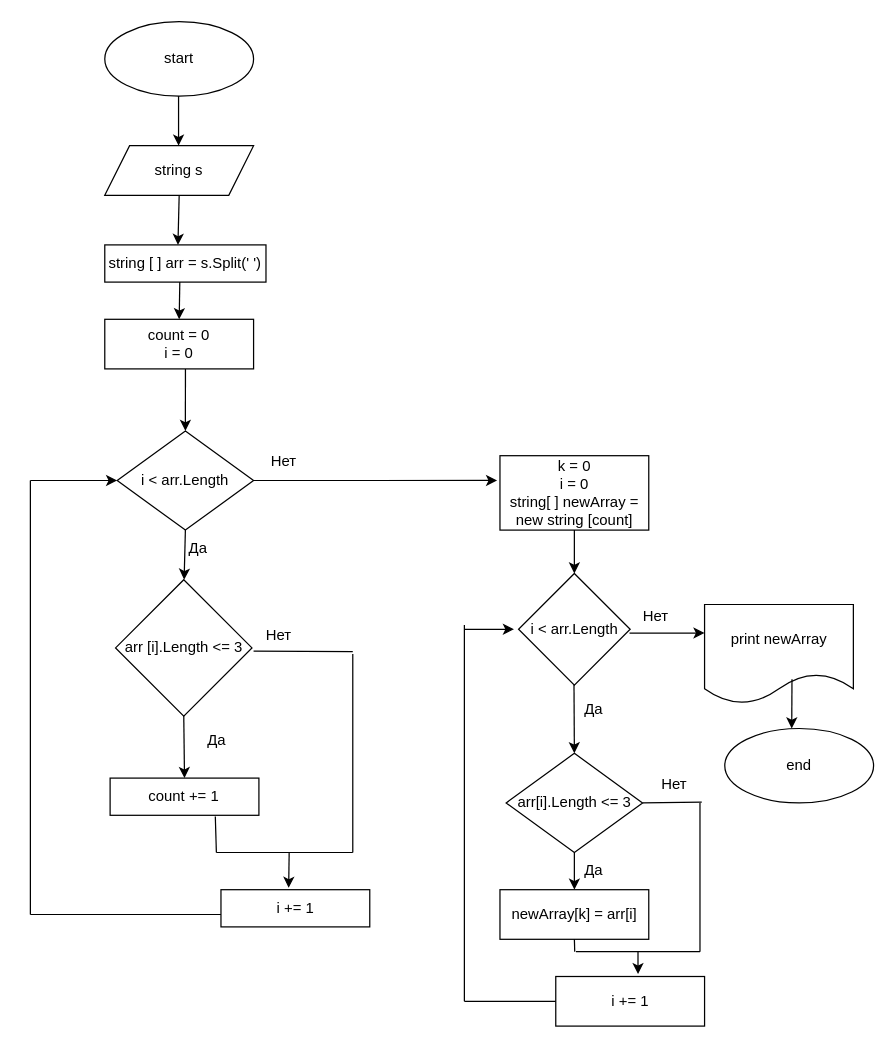
TatianaSenatorova/ControlWork keeps this draw.io diagram as Scheme.drawio. Above is the earlier version. Source tidied: cells renumbered, new cells numbered last; positions are measured from the earlier drawing's top-left corner, leaving out a move shared by most shapes. Both pictures are drawn from the tidied source at 124%, with x=0, y=0 at pixel (30, 21).
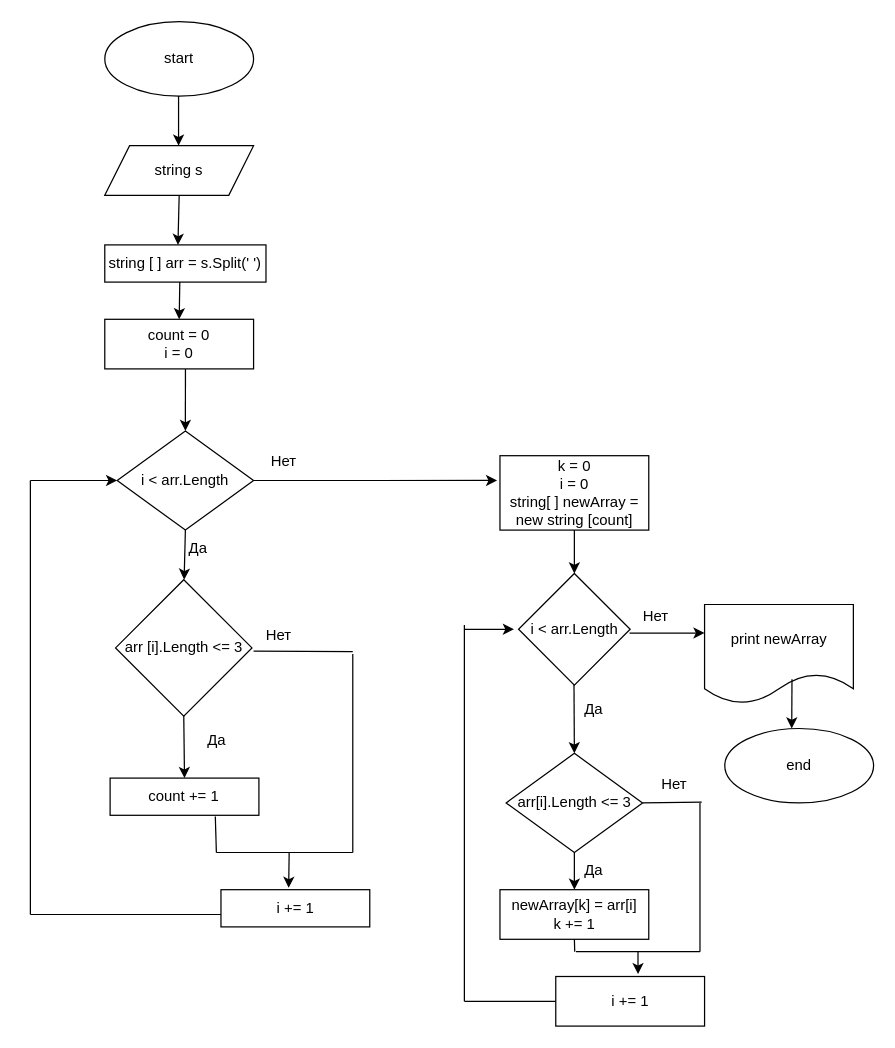
The same page after the edit.

What changed in the source:
```diff
@@
-    <mxCell id="38" value="newArray[k] = arr[i]" style="rounded=0;whiteSpace=wrap;html=1;" parent="1" vertex="1">
+    <mxCell id="38" value="newArray[k] = arr[i]&lt;br&gt;k += 1" style="rounded=0;whiteSpace=wrap;html=1;" parent="1" vertex="1">
       <mxGeometry x="378.7" y="700" width="120" height="40" as="geometry" />
     </mxCell>
```
